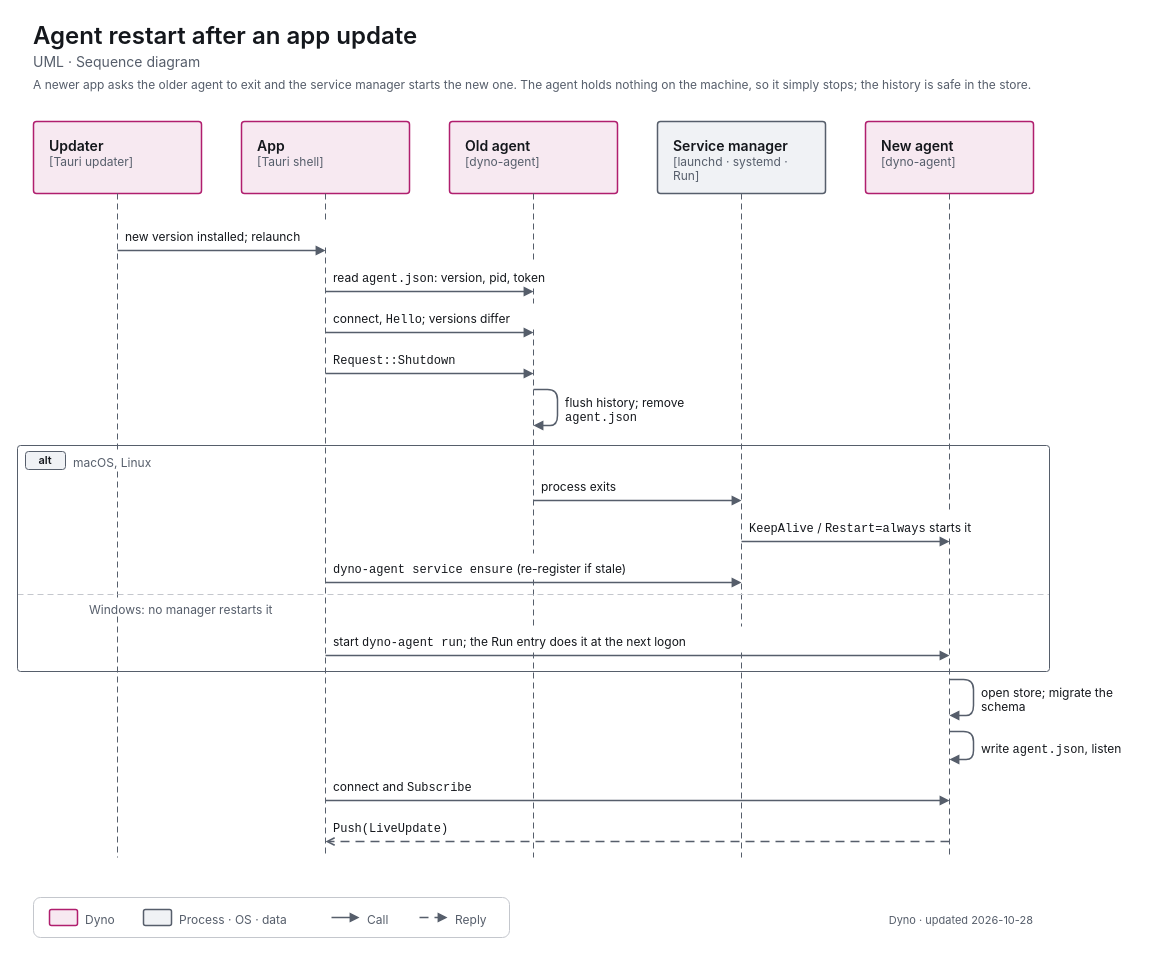
Before: apps/dyno/diagrams/uml-seq-agent-restart.drawio in decryp7/paddock, a draw.io diagram. Source tidied: cells renumbered, new cells numbered last; positions are measured from the earlier drawing's top-left corner, leaving out a move shared by most shapes. Both pictures are drawn from the tidied source at 100%, with x=0, y=0 at pixel (17, 17).
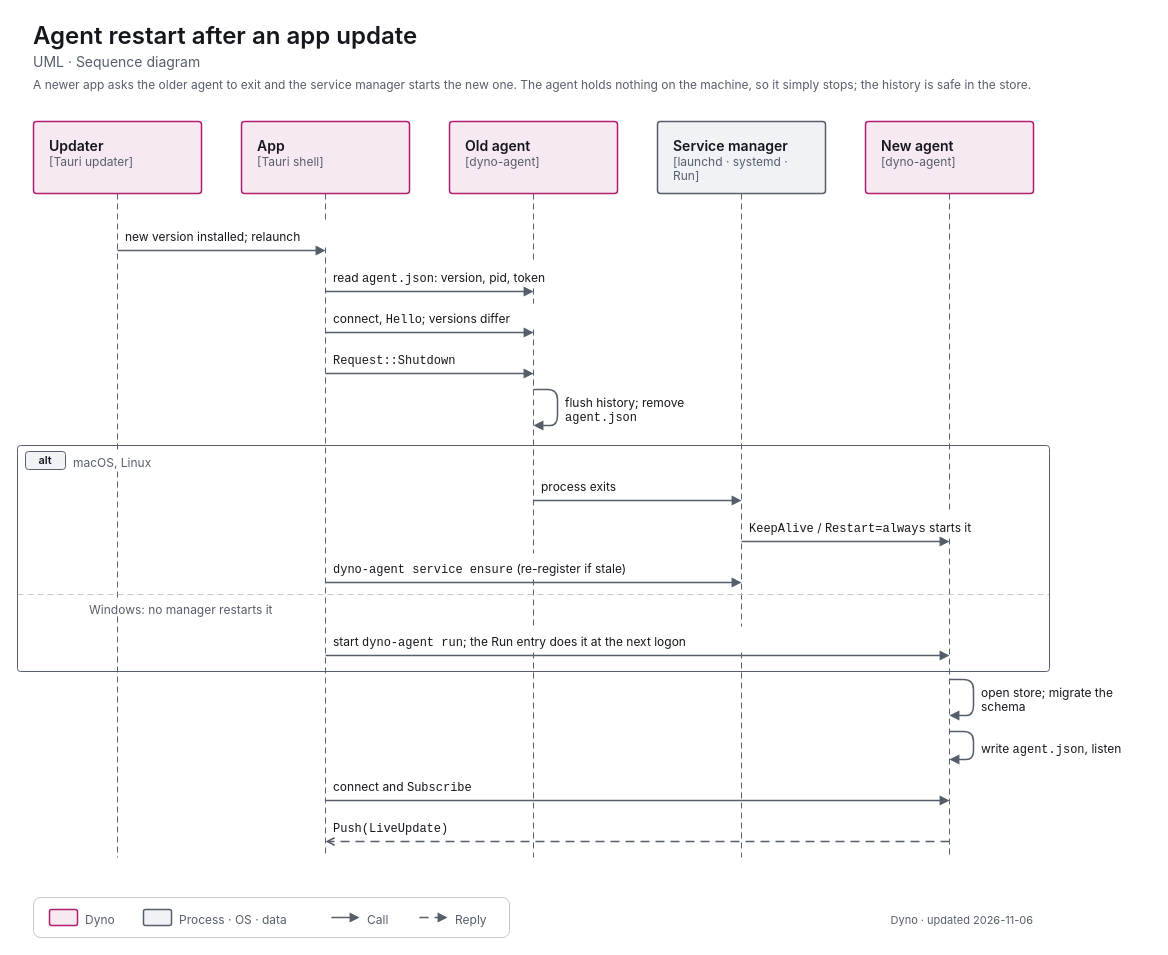
After the change.

What changed in the source:
```diff
@@
-    <mxCell id="64" value="&lt;span style=&quot;font-size:11px;font-weight:400&quot;&gt;Dyno · updated 2026-10-28&lt;/span&gt;" style="html=1;whiteSpace=wrap;fontFamily=-apple-system,BlinkMacSystemFont,Segoe UI,system-ui,sans-serif;fontSize=12;fontColor=light-dark(#14171C,#ECEEF1);text;strokeColor=none;fillColor=none;align=right;verticalAlign=top;spacing=0;fontColor=light-dark(#565E6B,#A0A7B2);" parent="1" vertex="1">
+    <mxCell id="64" value="&lt;span style=&quot;font-size:11px;font-weight:400&quot;&gt;Dyno · updated 2026-11-06&lt;/span&gt;" style="html=1;whiteSpace=wrap;fontFamily=-apple-system,BlinkMacSystemFont,Segoe UI,system-ui,sans-serif;fontSize=12;fontColor=light-dark(#14171C,#ECEEF1);text;strokeColor=none;fillColor=none;align=right;verticalAlign=top;spacing=0;fontColor=light-dark(#565E6B,#A0A7B2);" parent="1" vertex="1">
       <mxGeometry x="656" y="891" width="360" height="18" as="geometry" />
     </mxCell>
```
